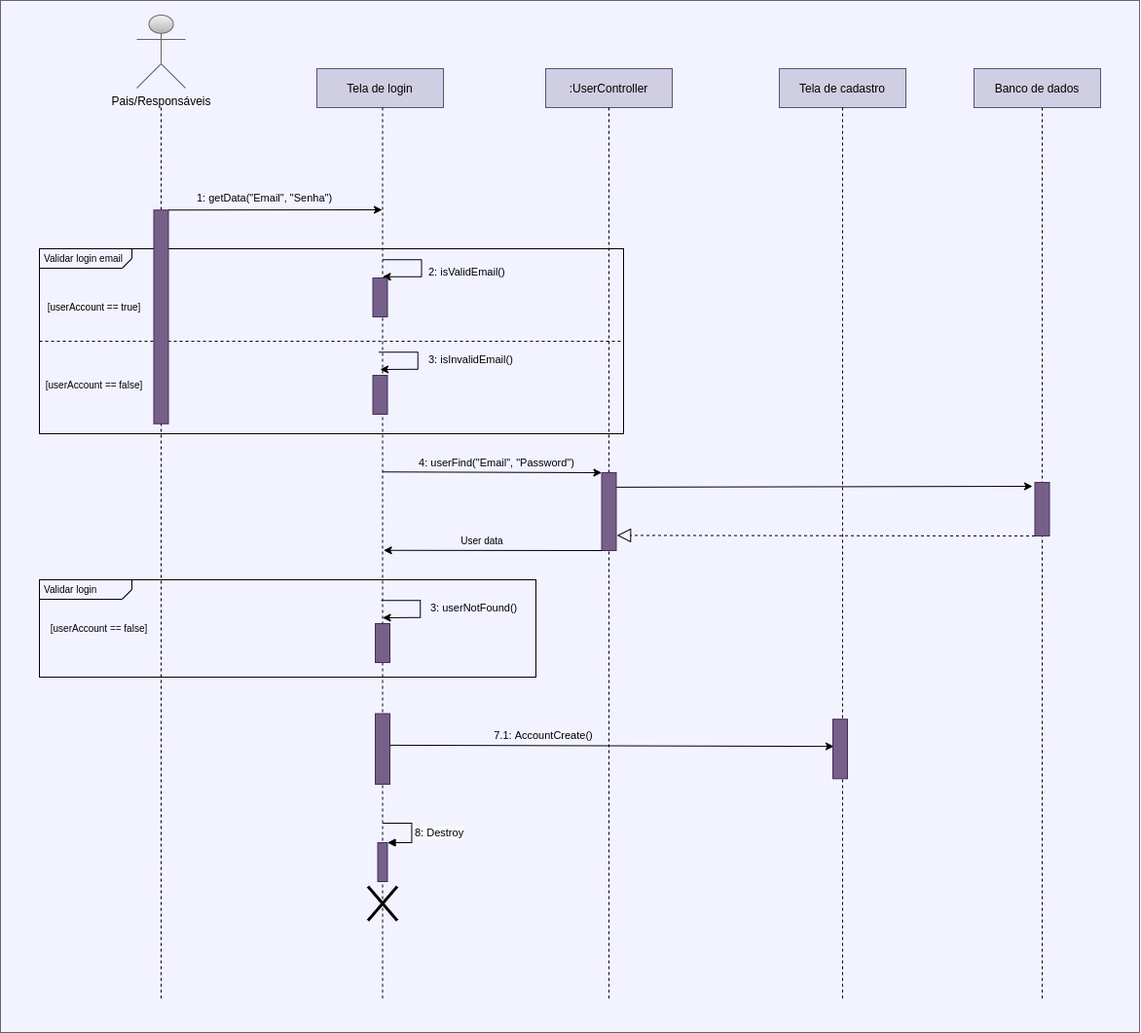
Earlier version of the draw.io export docs/assets/imagens/diagrama-de-sequencia/Diagrama-de-sequencia-pais-responsaveis-login.png (UnBArqDsw2021-1/2021.1_G6_Curumim). Source tidied: cells renumbered, new cells last; positions are measured from the earlier drawing's top-left corner, leaving out a move shared by most shapes.
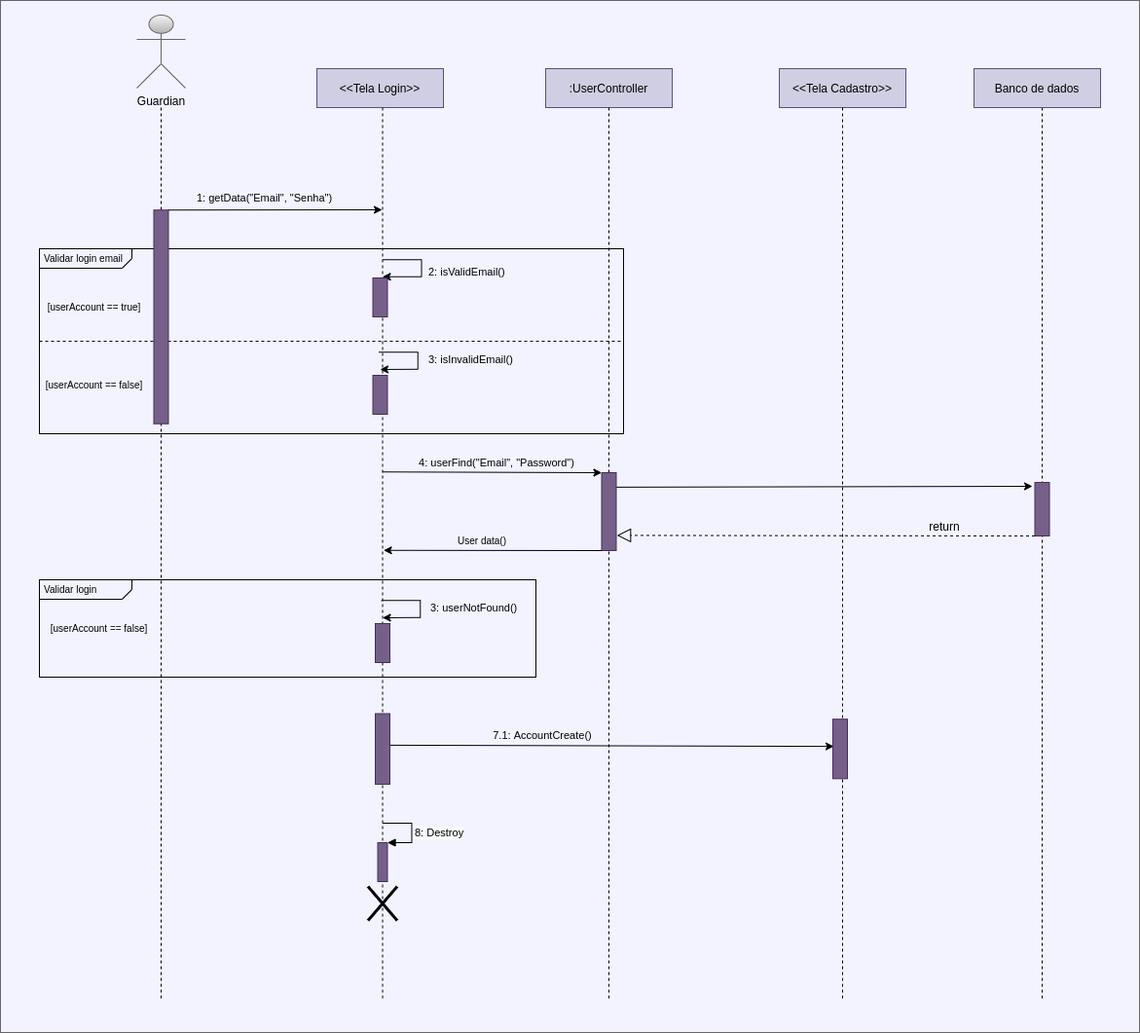
After the change.

Commit message:
#154 adicionando imagem LOGIN

What changed in the source:
```diff
@@ -11,10 +11,10 @@
     <mxCell id="4" value="&lt;p style=&quot;margin: 4px 0px 0px 5px ; text-align: left ; line-height: 100%&quot;&gt;&lt;font style=&quot;font-size: 10px&quot;&gt;Validar login&lt;/font&gt;&lt;/p&gt;" style="html=1;shape=mxgraph.sysml.package;overflow=fill;labelX=95;align=left;spacingLeft=5;verticalAlign=top;spacingTop=-3;strokeWidth=1;shadow=0;noLabel=0;backgroundOutline=0;sketch=0;fillColor=none;" parent="1" vertex="1">
       <mxGeometry x="40" y="595" width="510" height="100" as="geometry" />
     </mxCell>
-    <mxCell id="5" value="Pais/Responsáveis" style="shape=umlActor;verticalLabelPosition=bottom;verticalAlign=top;html=1;fillColor=#f5f5f5;strokeColor=#666666;gradientColor=#b3b3b3;" parent="1" vertex="1">
+    <mxCell id="5" value="Guardian" style="shape=umlActor;verticalLabelPosition=bottom;verticalAlign=top;html=1;fillColor=#f5f5f5;strokeColor=#666666;gradientColor=#b3b3b3;" parent="1" vertex="1">
       <mxGeometry x="140" y="15" width="50" height="75" as="geometry" />
     </mxCell>
-    <mxCell id="6" value="Tela de login" style="rounded=0;whiteSpace=wrap;html=1;strokeWidth=1;fillColor=#d0cee2;strokeColor=#56517e;" parent="1" vertex="1">
+    <mxCell id="6" value="&amp;lt;&amp;lt;Tela Login&amp;gt;&amp;gt;" style="rounded=0;whiteSpace=wrap;html=1;strokeWidth=1;fillColor=#d0cee2;strokeColor=#56517e;" parent="1" vertex="1">
       <mxGeometry x="325" y="70" width="130" height="40" as="geometry" />
     </mxCell>
     <mxCell id="7" value="&lt;span style=&quot;color: rgb(0 , 0 , 0) ; font-style: normal ; font-weight: 400 ; letter-spacing: normal ; text-indent: 0px ; text-transform: none ; word-spacing: 0px ; font-family: &amp;#34;helvetica&amp;#34; ; font-size: 11px ; text-align: center ; display: inline ; float: none&quot;&gt;3: isInvalidEmail(&lt;/span&gt;&lt;span style=&quot;color: rgb(0 , 0 , 0) ; font-style: normal ; font-weight: 400 ; letter-spacing: normal ; text-indent: 0px ; text-transform: none ; word-spacing: 0px ; font-family: &amp;#34;helvetica&amp;#34; ; font-size: 11px ; text-align: center ; display: inline ; float: none&quot;&gt;)&lt;/span&gt;" style="text;whiteSpace=wrap;html=1;" parent="1" vertex="1">
@@ -26,7 +26,7 @@
     <mxCell id="9" style="line;strokeWidth=1;direction=south;html=1;dashed=1;" parent="1" vertex="1">
       <mxGeometry x="620" y="110" width="10" height="915" as="geometry" />
     </mxCell>
-    <mxCell id="10" value="Tela de cadastro" style="rounded=0;whiteSpace=wrap;html=1;strokeWidth=1;fillColor=#d0cee2;strokeColor=#56517e;" parent="1" vertex="1">
+    <mxCell id="10" value="&amp;lt;&amp;lt;Tela Cadastro&amp;gt;&amp;gt;" style="rounded=0;whiteSpace=wrap;html=1;strokeWidth=1;fillColor=#d0cee2;strokeColor=#56517e;" parent="1" vertex="1">
       <mxGeometry x="800" y="70" width="130" height="40" as="geometry" />
     </mxCell>
     <mxCell id="11" style="line;strokeWidth=1;direction=south;html=1;dashed=1;" parent="1" vertex="1">
@@ -164,7 +164,7 @@
     <mxCell id="46" value="[userAccount == true]" style="text;html=1;strokeColor=none;fillColor=none;align=center;verticalAlign=middle;whiteSpace=wrap;rounded=0;fontSize=10;" parent="1" vertex="1">
       <mxGeometry x="40" y="305" width="112.5" height="20" as="geometry" />
     </mxCell>
-    <mxCell id="47" value="User data" style="text;html=1;strokeColor=none;fillColor=none;align=center;verticalAlign=middle;whiteSpace=wrap;rounded=0;fontSize=10;" parent="1" vertex="1">
+    <mxCell id="47" value="User data()" style="text;html=1;strokeColor=none;fillColor=none;align=center;verticalAlign=middle;whiteSpace=wrap;rounded=0;fontSize=10;" parent="1" vertex="1">
       <mxGeometry x="455" y="545" width="80" height="20" as="geometry" />
     </mxCell>
     <mxCell id="48" style="endArrow=classic;html=1;fontSize=11;exitX=1;exitY=0;exitDx=0;exitDy=0;" parent="1" edge="1" source="37">
@@ -175,5 +175,8 @@
     <mxCell id="49" value="Banco de dados" style="rounded=0;whiteSpace=wrap;html=1;strokeWidth=1;fillColor=#d0cee2;strokeColor=#56517e;" parent="1" vertex="1">
       <mxGeometry x="1000" y="70" width="130" height="40" as="geometry" />
     </mxCell>
+    <mxCell id="50" value="return" style="text;html=1;strokeColor=none;fillColor=none;align=center;verticalAlign=middle;whiteSpace=wrap;rounded=0;" parent="1" vertex="1">
+      <mxGeometry x="950" y="530" width="40" height="20" as="geometry" />
+    </mxCell>
   </root>
 </mxGraphModel>
```
